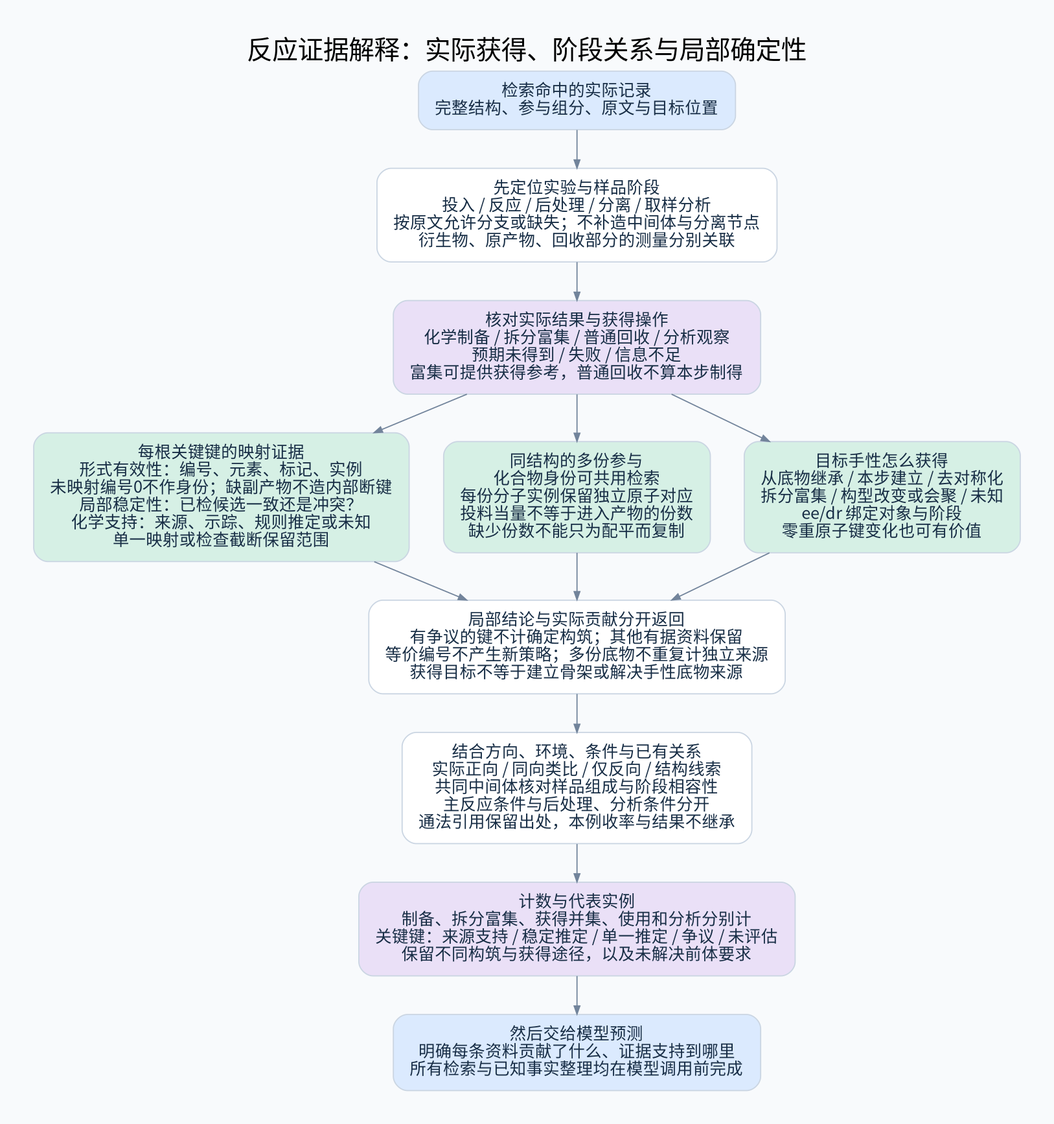
Before: diagrams/reaction-reference-quality.png, a diagram exported from Graphviz (825728139/substructure_search). Its source is kept beside it as diagrams/reaction-reference-quality.dot.
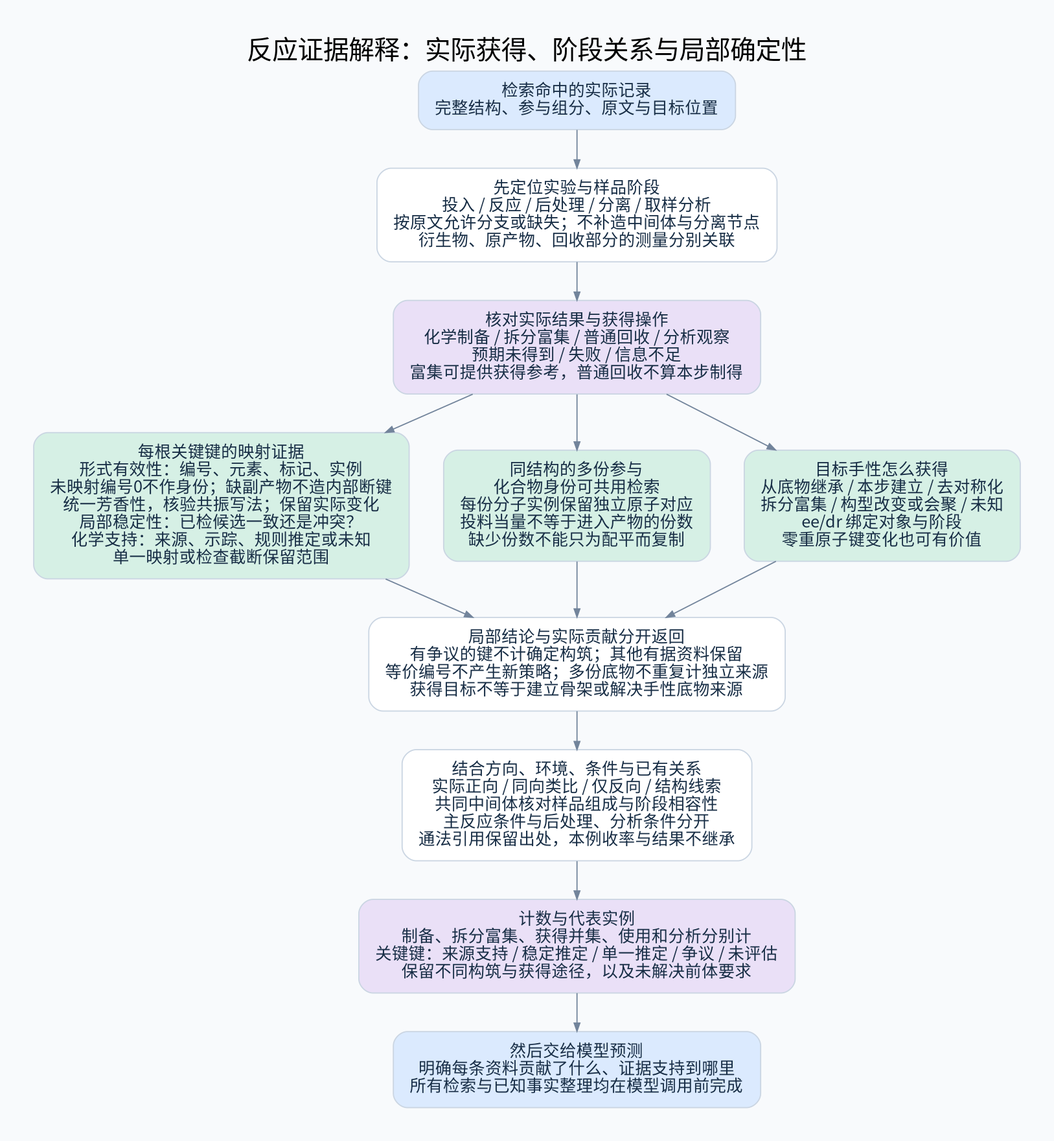
The same file after the commit.

Diff of the diagram source:
```diff
@@ -18,6 +18,7 @@
 mapcheck [label="每根关键键的映射证据
 形式有效性：编号、元素、标记、实例
 未映射编号0不作身份；缺副产物不造内部断键
+统一芳香性，核验共振写法；保留实际变化
 局部稳定性：已检候选一致还是冲突？
 化学支持：来源、示踪、规则推定或未知
 单一映射或检查截断保留范围", fillcolor="#D6F0E5"];
```
